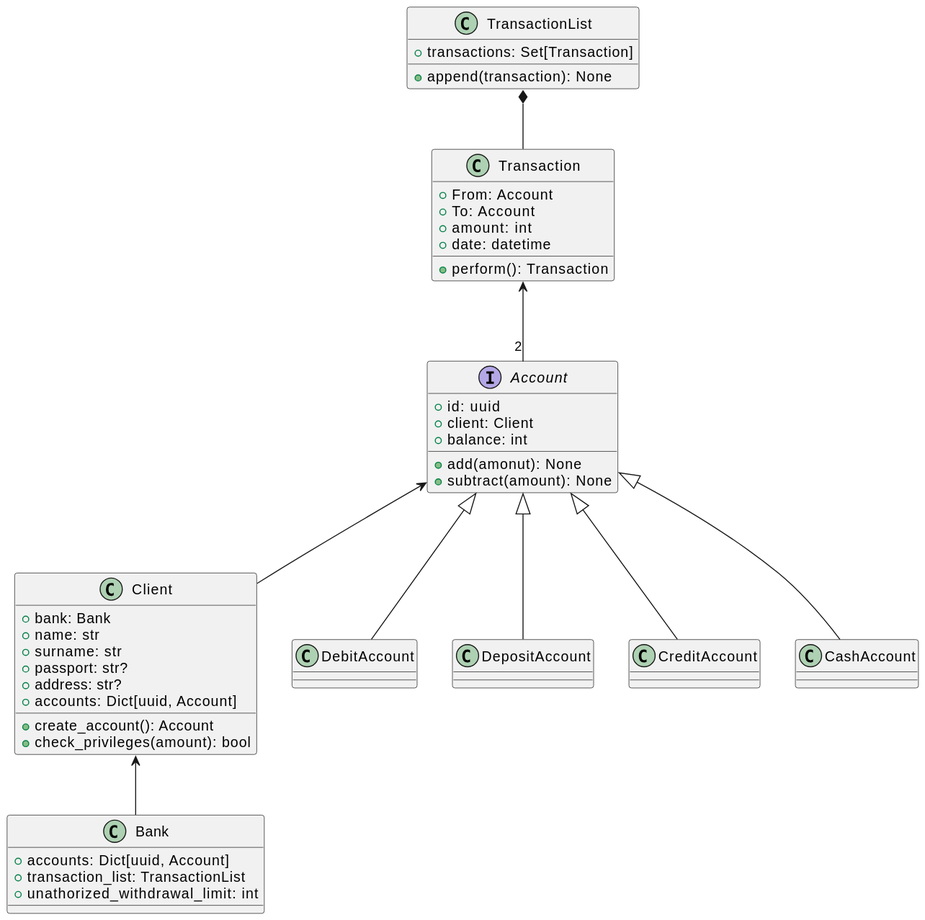
Earlier version of the PlantUML export classes_uml.svg (Batmaev/banking-proj). Its diagram source:
```plantuml
@startuml classes_uml

class Client {
    + bank: Bank
    + name: str
    + surname: str
    + passport: str?
    + address: str?
    + accounts: Dict[uuid, Account]

    + create_account(): Account
    + check_privileges(amount): bool
}

interface Account {
    + id: uuid
    + client: Client
    + balance: int

    + add(amonut): None
    + subtract(amount): None
}

Account <-- Client

Account <|-- DebitAccount
Account <|-- DepositAccount
Account <|-- CreditAccount
Account <|-- CashAccount


class Bank {
    + accounts: Dict[uuid, Account]
    + transaction_list: TransactionList
    + unathorized_withdrawal_limit: int
}

Client <-- Bank

class Transaction {
    + From: Account
    + To: Account
    + amount: int
    + date: datetime

    + perform(): Transaction
}

Transaction <-- "2" Account

class TransactionList {
    + transactions: Set[Transaction]
    + append(transaction): None
}

TransactionList *-- Transaction

@enduml
```
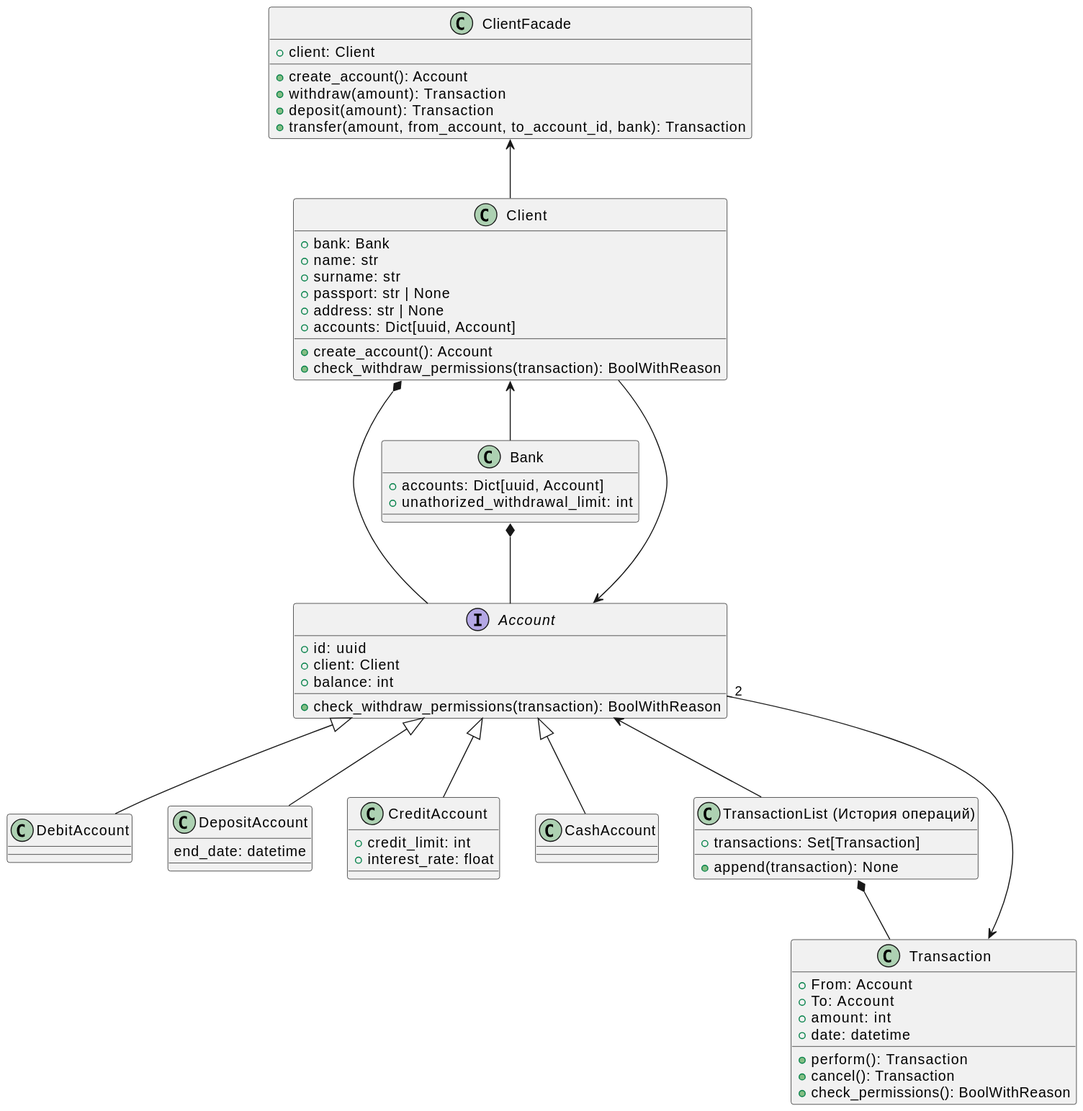
Above is the later version.

Change to the diagram source:
```diff
@@ -1,15 +1,26 @@
 @startuml classes_uml
+
+class ClientFacade {
+    + client: Client
+
+    + create_account(): Account
+    + withdraw(amount): Transaction
+    + deposit(amount): Transaction
+    + transfer(amount, from_account, to_account_id, bank): Transaction
+}
+
+ClientFacade <-- Client
 
 class Client {
     + bank: Bank
     + name: str
     + surname: str
-    + passport: str?
-    + address: str?
+    + passport: str | None
+    + address: str | None
     + accounts: Dict[uuid, Account]
 
     + create_account(): Account
-    + check_privileges(amount): bool
+    + check_withdraw_permissions(transaction): BoolWithReason
 }
 
 interface Account {
@@ -17,25 +28,33 @@
     + client: Client
     + balance: int
 
-    + add(amonut): None
-    + subtract(amount): None
+    + check_withdraw_permissions(transaction): BoolWithReason
 }
-
-Account <-- Client
 
 Account <|-- DebitAccount
 Account <|-- DepositAccount
 Account <|-- CreditAccount
 Account <|-- CashAccount
 
+class DepositAccount {
+    end_date: datetime
+}
+
+class CreditAccount {
+    + credit_limit: int
+    + interest_rate: float
+}
+
 
 class Bank {
     + accounts: Dict[uuid, Account]
-    + transaction_list: TransactionList
     + unathorized_withdrawal_limit: int
 }
 
 Client <-- Bank
+Bank *-- Account
+Client *-- Account
+Account <-- Client
 
 class Transaction {
     + From: Account
@@ -44,15 +63,18 @@
     + date: datetime
 
     + perform(): Transaction
+    + cancel(): Transaction
+    + check_permissions(): BoolWithReason
 }
 
 Transaction <-- "2" Account
 
-class TransactionList {
+class "TransactionList (История операций)" as TransactionList {
     + transactions: Set[Transaction]
     + append(transaction): None
 }
 
 TransactionList *-- Transaction
+Account <-- TransactionList
 
 @enduml
```
